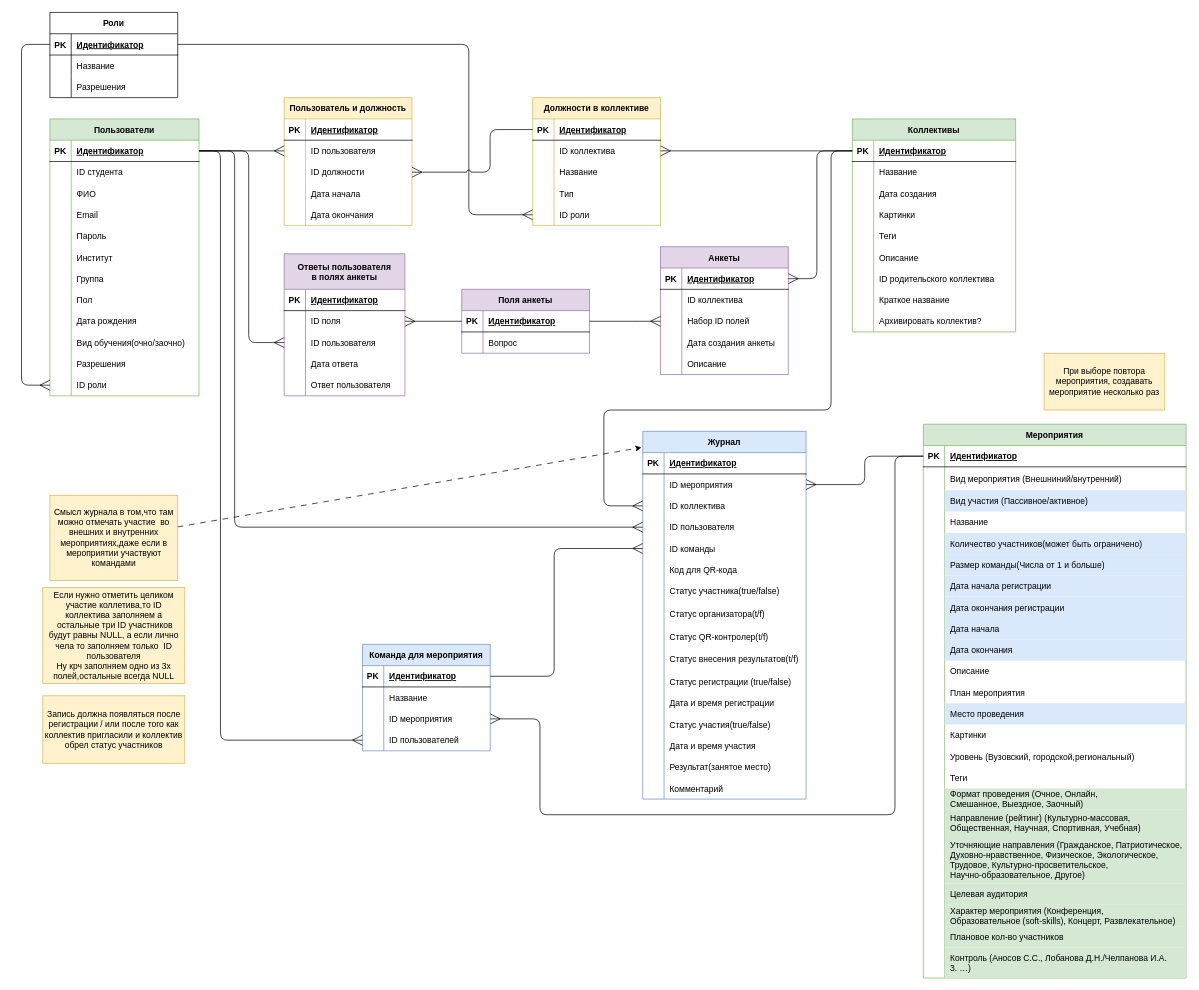
Before: page "Логическая" (1 of 2) of Схема БД.drawio in KomogortsevaYulia/Raiting-Teams-Events, a draw.io diagram. Source tidied: cells renumbered, new cells numbered last; positions are measured from the earlier drawing's top-left corner, leaving out a move shared by most shapes. Both pictures are drawn from the tidied source at 71%, with x=0, y=0 at pixel (21, 12).
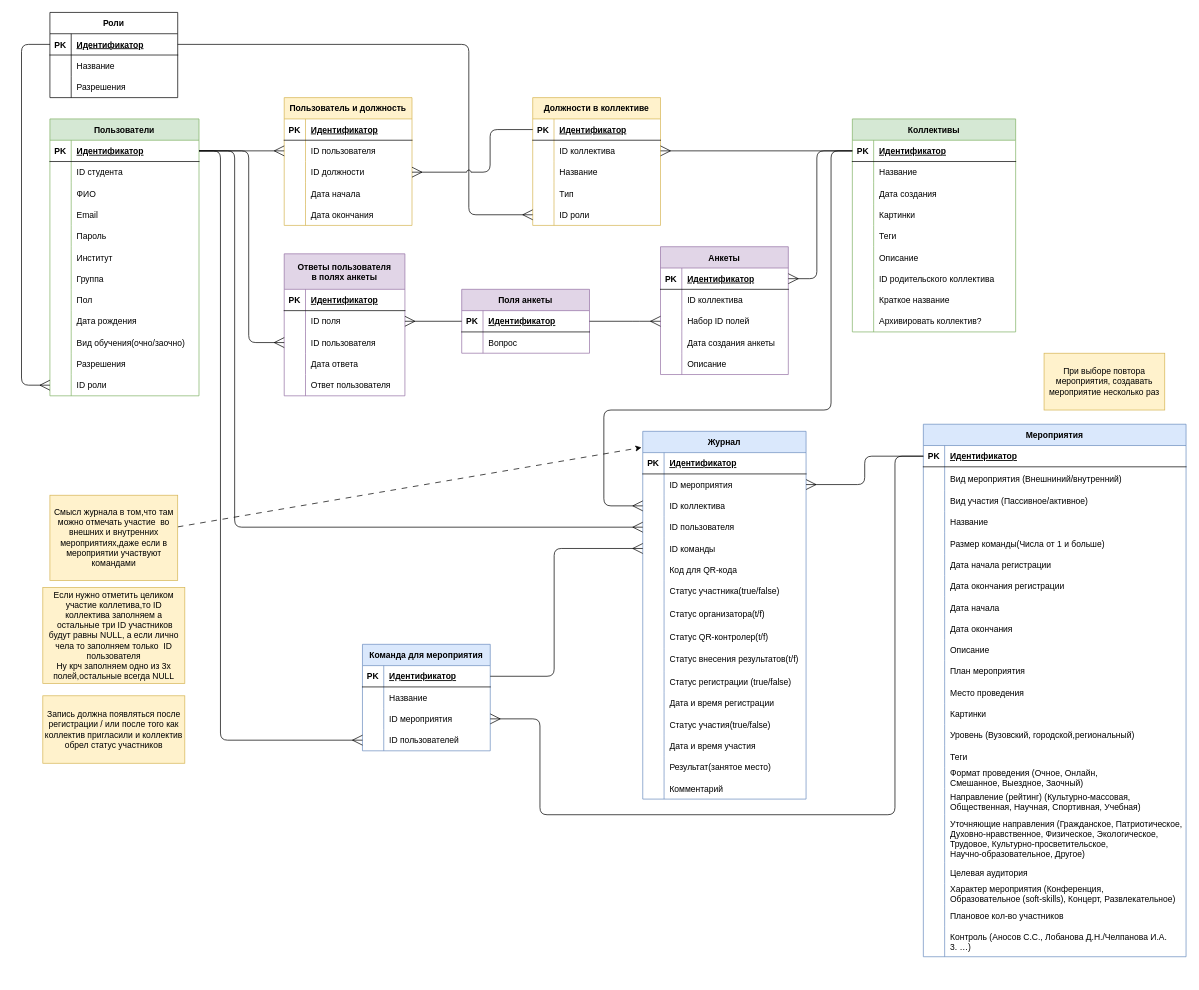
The same page after the edit.

Unchanged cells that the change refers to:
```xml
<mxCell id="46" style="shape=tableRow;horizontal=0;startSize=0;swimlaneHead=0;swimlaneBody=0;fillColor=none;top=0;left=0;right=0;bottom=0;" parent="39" vertex="1">
  <mxGeometry y="93" width="370" height="30" as="geometry" />
</mxCell>
<mxCell id="49" style="shape=tableRow;horizontal=0;startSize=0;swimlaneHead=0;swimlaneBody=0;fillColor=none;top=0;left=0;right=0;bottom=0;" parent="39" vertex="1">
  <mxGeometry y="123" width="370" height="30" as="geometry" />
</mxCell>
```

Diff of the diagram source:
```diff
@@
-    <mxCell id="39" value="Мероприятия" style="shape=table;startSize=30;childLayout=tableLayout;rowLines=0;fontStyle=1;align=center;fillColor=#d5e8d4;strokeColor=#82b366;" parent="1" vertex="1">
-      <mxGeometry x="1270" y="580" width="370" height="780" as="geometry" />
+    <mxCell id="39" value="Мероприятия" style="shape=table;startSize=30;childLayout=tableLayout;rowLines=0;fontStyle=1;align=center;fillColor=#dae8fc;strokeColor=#6c8ebf;" parent="1" vertex="1">
+      <mxGeometry x="1270" y="580" width="370" height="750" as="geometry" />
     </mxCell>
@@
-    <mxCell id="48" value="Вид участия (Пассивное/активное)" style="shape=partialRectangle;fillColor=#dae8fc;top=0;left=0;bottom=0;right=0;align=left;spacingLeft=6;overflow=hidden;strokeColor=#6c8ebf;" parent="46" vertex="1">
+    <mxCell id="48" value="Вид участия (Пассивное/активное)" style="shape=partialRectangle;top=0;left=0;bottom=0;right=0;align=left;spacingLeft=6;overflow=hidden;fillColor=none;" parent="46" vertex="1">
       <mxGeometry x="30" width="340" height="30" as="geometry" />
     </mxCell>
@@
-    <mxCell id="51" value="Название" style="shape=partialRectangle;fillColor=none;top=0;left=0;bottom=0;right=0;align=left;spacingLeft=6;overflow=hidden;" parent="49" vertex="1">
+    <mxCell id="51" value="Название" style="shape=partialRectangle;top=0;left=0;bottom=0;right=0;align=left;spacingLeft=6;overflow=hidden;fillColor=none;" parent="49" vertex="1">
       <mxGeometry x="30" width="340" height="30" as="geometry" />
     </mxCell>
-    <mxCell id="52" style="shape=tableRow;horizontal=0;startSize=0;swimlaneHead=0;swimlaneBody=0;fillColor=none;top=0;left=0;right=0;bottom=0;" parent="39" vertex="1">
-      <mxGeometry y="153" width="370" height="30" as="geometry" />
-    </mxCell>
-    <mxCell id="53" style="shape=partialRectangle;fillColor=none;top=0;left=0;bottom=0;right=0;overflow=hidden;" parent="52" vertex="1">
-      <mxGeometry width="30" height="30" as="geometry" />
-    </mxCell>
-    <mxCell id="54" value="Количество участников(может быть ограничено)" style="shape=partialRectangle;fillColor=#dae8fc;top=0;left=0;bottom=0;right=0;align=left;spacingLeft=6;overflow=hidden;strokeColor=#6c8ebf;" parent="52" vertex="1">
-      <mxGeometry x="30" width="340" height="30" as="geometry" />
-    </mxCell>
     <mxCell id="55" style="shape=tableRow;horizontal=0;startSize=0;swimlaneHead=0;swimlaneBody=0;fillColor=none;top=0;left=0;right=0;bottom=0;" parent="39" vertex="1">
-      <mxGeometry y="183" width="370" height="30" as="geometry" />
+      <mxGeometry y="153" width="370" height="30" as="geometry" />
     </mxCell>
@@
-    <mxCell id="57" value="Размер команды(Числа от 1 и больше)" style="shape=partialRectangle;fillColor=#dae8fc;top=0;left=0;bottom=0;right=0;align=left;spacingLeft=6;overflow=hidden;strokeColor=#6c8ebf;" parent="55" vertex="1">
+    <mxCell id="57" value="Размер команды(Числа от 1 и больше)" style="shape=partialRectangle;top=0;left=0;bottom=0;right=0;align=left;spacingLeft=6;overflow=hidden;fillColor=none;" parent="55" vertex="1">
       <mxGeometry x="30" width="340" height="30" as="geometry" />
     </mxCell>
     <mxCell id="58" style="shape=tableRow;horizontal=0;startSize=0;swimlaneHead=0;swimlaneBody=0;fillColor=none;top=0;left=0;right=0;bottom=0;" parent="39" vertex="1">
-      <mxGeometry y="213" width="370" height="30" as="geometry" />
+      <mxGeometry y="183" width="370" height="30" as="geometry" />
     </mxCell>
@@
-    <mxCell id="60" value="Дата начала регистрации" style="shape=partialRectangle;fillColor=#dae8fc;top=0;left=0;bottom=0;right=0;align=left;spacingLeft=6;overflow=hidden;strokeColor=#6c8ebf;" parent="58" vertex="1">
+    <mxCell id="60" value="Дата начала регистрации" style="shape=partialRectangle;top=0;left=0;bottom=0;right=0;align=left;spacingLeft=6;overflow=hidden;fillColor=none;" parent="58" vertex="1">
       <mxGeometry x="30" width="340" height="30" as="geometry" />
     </mxCell>
     <mxCell id="61" style="shape=tableRow;horizontal=0;startSize=0;swimlaneHead=0;swimlaneBody=0;fillColor=none;top=0;left=0;right=0;bottom=0;" parent="39" vertex="1">
-      <mxGeometry y="243" width="370" height="30" as="geometry" />
+      <mxGeometry y="213" width="370" height="30" as="geometry" />
     </mxCell>
@@
-    <mxCell id="63" value="Дата окончания регистрации" style="shape=partialRectangle;fillColor=#dae8fc;top=0;left=0;bottom=0;right=0;align=left;spacingLeft=6;overflow=hidden;strokeColor=#6c8ebf;" parent="61" vertex="1">
+    <mxCell id="63" value="Дата окончания регистрации" style="shape=partialRectangle;top=0;left=0;bottom=0;right=0;align=left;spacingLeft=6;overflow=hidden;fillColor=none;" parent="61" vertex="1">
       <mxGeometry x="30" width="340" height="30" as="geometry" />
     </mxCell>
     <mxCell id="64" style="shape=tableRow;horizontal=0;startSize=0;swimlaneHead=0;swimlaneBody=0;fillColor=none;top=0;left=0;right=0;bottom=0;" parent="39" vertex="1">
-      <mxGeometry y="273" width="370" height="30" as="geometry" />
+      <mxGeometry y="243" width="370" height="30" as="geometry" />
     </mxCell>
@@
-    <mxCell id="66" value="Дата начала" style="shape=partialRectangle;fillColor=#dae8fc;top=0;left=0;bottom=0;right=0;align=left;spacingLeft=6;overflow=hidden;strokeColor=#6c8ebf;" parent="64" vertex="1">
+    <mxCell id="66" value="Дата начала" style="shape=partialRectangle;top=0;left=0;bottom=0;right=0;align=left;spacingLeft=6;overflow=hidden;fillColor=none;" parent="64" vertex="1">
       <mxGeometry x="30" width="340" height="30" as="geometry" />
     </mxCell>
     <mxCell id="67" style="shape=tableRow;horizontal=0;startSize=0;swimlaneHead=0;swimlaneBody=0;fillColor=none;top=0;left=0;right=0;bottom=0;" parent="39" vertex="1">
-      <mxGeometry y="303" width="370" height="30" as="geometry" />
+      <mxGeometry y="273" width="370" height="30" as="geometry" />
     </mxCell>
@@
-    <mxCell id="69" value="Дата окончания" style="shape=partialRectangle;fillColor=#dae8fc;top=0;left=0;bottom=0;right=0;align=left;spacingLeft=6;overflow=hidden;strokeColor=#6c8ebf;" parent="67" vertex="1">
+    <mxCell id="69" value="Дата окончания" style="shape=partialRectangle;top=0;left=0;bottom=0;right=0;align=left;spacingLeft=6;overflow=hidden;fillColor=none;" parent="67" vertex="1">
       <mxGeometry x="30" width="340" height="30" as="geometry" />
     </mxCell>
     <mxCell id="70" style="shape=tableRow;horizontal=0;startSize=0;swimlaneHead=0;swimlaneBody=0;fillColor=none;top=0;left=0;right=0;bottom=0;" parent="39" vertex="1">
-      <mxGeometry y="333" width="370" height="30" as="geometry" />
+      <mxGeometry y="303" width="370" height="30" as="geometry" />
     </mxCell>
@@
-    <mxCell id="72" value="Описание" style="shape=partialRectangle;fillColor=none;top=0;left=0;bottom=0;right=0;align=left;spacingLeft=6;overflow=hidden;" parent="70" vertex="1">
+    <mxCell id="72" value="Описание" style="shape=partialRectangle;top=0;left=0;bottom=0;right=0;align=left;spacingLeft=6;overflow=hidden;fillColor=none;" parent="70" vertex="1">
       <mxGeometry x="30" width="340" height="30" as="geometry" />
     </mxCell>
     <mxCell id="73" style="shape=tableRow;horizontal=0;startSize=0;swimlaneHead=0;swimlaneBody=0;fillColor=none;top=0;left=0;right=0;bottom=0;" parent="39" vertex="1">
-      <mxGeometry y="363" width="370" height="30" as="geometry" />
+      <mxGeometry y="333" width="370" height="30" as="geometry" />
     </mxCell>
@@
-    <mxCell id="75" value="План мероприятия" style="shape=partialRectangle;fillColor=none;top=0;left=0;bottom=0;right=0;align=left;spacingLeft=6;overflow=hidden;" parent="73" vertex="1">
+    <mxCell id="75" value="План мероприятия" style="shape=partialRectangle;top=0;left=0;bottom=0;right=0;align=left;spacingLeft=6;overflow=hidden;fillColor=none;" parent="73" vertex="1">
       <mxGeometry x="30" width="340" height="30" as="geometry" />
     </mxCell>
     <mxCell id="76" style="shape=tableRow;horizontal=0;startSize=0;swimlaneHead=0;swimlaneBody=0;fillColor=none;top=0;left=0;right=0;bottom=0;" parent="39" vertex="1">
-      <mxGeometry y="393" width="370" height="30" as="geometry" />
+      <mxGeometry y="363" width="370" height="30" as="geometry" />
     </mxCell>
@@
-    <mxCell id="78" value="Место проведения" style="shape=partialRectangle;fillColor=#dae8fc;top=0;left=0;bottom=0;right=0;align=left;spacingLeft=6;overflow=hidden;strokeColor=#6c8ebf;" parent="76" vertex="1">
+    <mxCell id="78" value="Место проведения" style="shape=partialRectangle;top=0;left=0;bottom=0;right=0;align=left;spacingLeft=6;overflow=hidden;fillColor=none;" parent="76" vertex="1">
       <mxGeometry x="30" width="340" height="30" as="geometry" />
     </mxCell>
     <mxCell id="79" style="shape=tableRow;horizontal=0;startSize=0;swimlaneHead=0;swimlaneBody=0;fillColor=none;top=0;left=0;right=0;bottom=0;" parent="39" vertex="1">
-      <mxGeometry y="423" width="370" height="30" as="geometry" />
+      <mxGeometry y="393" width="370" height="30" as="geometry" />
     </mxCell>
@@
     <mxCell id="82" style="shape=tableRow;horizontal=0;startSize=0;swimlaneHead=0;swimlaneBody=0;fillColor=none;top=0;left=0;right=0;bottom=0;" parent="39" vertex="1">
-      <mxGeometry y="453" width="370" height="30" as="geometry" />
+      <mxGeometry y="423" width="370" height="30" as="geometry" />
     </mxCell>
@@
     <mxCell id="85" style="shape=tableRow;horizontal=0;startSize=0;swimlaneHead=0;swimlaneBody=0;fillColor=none;top=0;left=0;right=0;bottom=0;" parent="39" vertex="1">
-      <mxGeometry y="483" width="370" height="30" as="geometry" />
+      <mxGeometry y="453" width="370" height="30" as="geometry" />
     </mxCell>
@@
     <mxCell id="88" style="shape=tableRow;horizontal=0;startSize=0;swimlaneHead=0;swimlaneBody=0;fillColor=none;top=0;left=0;right=0;bottom=0;" parent="39" vertex="1">
-      <mxGeometry y="513" width="370" height="30" as="geometry" />
+      <mxGeometry y="483" width="370" height="30" as="geometry" />
     </mxCell>
@@
-    <mxCell id="90" value="Формат проведения (Очное, Онлайн, &#10;Смешанное, Выездное, Заочный)" style="shape=partialRectangle;fillColor=#d5e8d4;top=0;left=0;bottom=0;right=0;align=left;spacingLeft=6;overflow=hidden;strokeColor=#82b366;" parent="88" vertex="1">
+    <mxCell id="90" value="Формат проведения (Очное, Онлайн, &#10;Смешанное, Выездное, Заочный)" style="shape=partialRectangle;top=0;left=0;bottom=0;right=0;align=left;spacingLeft=6;overflow=hidden;fillColor=none;" parent="88" vertex="1">
       <mxGeometry x="30" width="340" height="30" as="geometry" />
     </mxCell>
     <mxCell id="91" style="shape=tableRow;horizontal=0;startSize=0;swimlaneHead=0;swimlaneBody=0;fillColor=none;top=0;left=0;right=0;bottom=0;" parent="39" vertex="1">
-      <mxGeometry y="543" width="370" height="37" as="geometry" />
+      <mxGeometry y="513" width="370" height="37" as="geometry" />
     </mxCell>
@@
-    <mxCell id="93" value="Направление (рейтинг) (Культурно-массовая,&#10;Общественная, Научная, Спортивная, Учебная)" style="shape=partialRectangle;fillColor=#d5e8d4;top=0;left=0;bottom=0;right=0;align=left;spacingLeft=6;overflow=hidden;strokeColor=#82b366;" parent="91" vertex="1">
+    <mxCell id="93" value="Направление (рейтинг) (Культурно-массовая,&#10;Общественная, Научная, Спортивная, Учебная)" style="shape=partialRectangle;top=0;left=0;bottom=0;right=0;align=left;spacingLeft=6;overflow=hidden;fillColor=none;" parent="91" vertex="1">
       <mxGeometry x="30" width="340" height="37" as="geometry" />
     </mxCell>
     <mxCell id="94" style="shape=tableRow;horizontal=0;startSize=0;swimlaneHead=0;swimlaneBody=0;fillColor=none;top=0;left=0;right=0;bottom=0;" parent="39" vertex="1">
-      <mxGeometry y="580" width="370" height="67" as="geometry" />
+      <mxGeometry y="550" width="370" height="67" as="geometry" />
     </mxCell>
@@
-    <mxCell id="96" value="Уточняющие направления (Гражданское, Патриотическое,&#10;Духовно-нравственное, Физическое, Экологическое,&#10;Трудовое, Культурно-просветительское, &#10;Научно-образовательное, Другое)" style="shape=partialRectangle;fillColor=#d5e8d4;top=0;left=0;bottom=0;right=0;align=left;spacingLeft=6;overflow=hidden;strokeColor=#82b366;" parent="94" vertex="1">
+    <mxCell id="96" value="Уточняющие направления (Гражданское, Патриотическое,&#10;Духовно-нравственное, Физическое, Экологическое,&#10;Трудовое, Культурно-просветительское, &#10;Научно-образовательное, Другое)" style="shape=partialRectangle;top=0;left=0;bottom=0;right=0;align=left;spacingLeft=6;overflow=hidden;fillColor=none;" parent="94" vertex="1">
       <mxGeometry x="30" width="340" height="67" as="geometry" />
     </mxCell>
     <mxCell id="97" style="shape=tableRow;horizontal=0;startSize=0;swimlaneHead=0;swimlaneBody=0;fillColor=none;top=0;left=0;right=0;bottom=0;" parent="39" vertex="1">
-      <mxGeometry y="647" width="370" height="30" as="geometry" />
+      <mxGeometry y="617" width="370" height="30" as="geometry" />
     </mxCell>
@@
-    <mxCell id="99" value="Целевая аудитория" style="shape=partialRectangle;fillColor=#d5e8d4;top=0;left=0;bottom=0;right=0;align=left;spacingLeft=6;overflow=hidden;strokeColor=#82b366;" parent="97" vertex="1">
+    <mxCell id="99" value="Целевая аудитория" style="shape=partialRectangle;top=0;left=0;bottom=0;right=0;align=left;spacingLeft=6;overflow=hidden;fillColor=none;" parent="97" vertex="1">
       <mxGeometry x="30" width="340" height="30" as="geometry" />
     </mxCell>
     <mxCell id="100" style="shape=tableRow;horizontal=0;startSize=0;swimlaneHead=0;swimlaneBody=0;fillColor=none;top=0;left=0;right=0;bottom=0;" parent="39" vertex="1">
-      <mxGeometry y="677" width="370" height="30" as="geometry" />
+      <mxGeometry y="647" width="370" height="30" as="geometry" />
     </mxCell>
@@
-    <mxCell id="102" value="Характер мероприятия (Конференция,&#10;Образовательное (soft-skills), Концерт, Развлекательное)" style="shape=partialRectangle;fillColor=#d5e8d4;top=0;left=0;bottom=0;right=0;align=left;spacingLeft=6;overflow=hidden;strokeColor=#82b366;" parent="100" vertex="1">
+    <mxCell id="102" value="Характер мероприятия (Конференция,&#10;Образовательное (soft-skills), Концерт, Развлекательное)" style="shape=partialRectangle;top=0;left=0;bottom=0;right=0;align=left;spacingLeft=6;overflow=hidden;fillColor=none;" parent="100" vertex="1">
       <mxGeometry x="30" width="340" height="30" as="geometry" />
     </mxCell>
     <mxCell id="103" style="shape=tableRow;horizontal=0;startSize=0;swimlaneHead=0;swimlaneBody=0;fillColor=none;top=0;left=0;right=0;bottom=0;" parent="39" vertex="1">
-      <mxGeometry y="707" width="370" height="30" as="geometry" />
+      <mxGeometry y="677" width="370" height="30" as="geometry" />
     </mxCell>
@@
-    <mxCell id="105" value="Плановое кол-во участников" style="shape=partialRectangle;fillColor=#d5e8d4;top=0;left=0;bottom=0;right=0;align=left;spacingLeft=6;overflow=hidden;strokeColor=#82b366;" parent="103" vertex="1">
+    <mxCell id="105" value="Плановое кол-во участников" style="shape=partialRectangle;top=0;left=0;bottom=0;right=0;align=left;spacingLeft=6;overflow=hidden;fillColor=none;" parent="103" vertex="1">
       <mxGeometry x="30" width="340" height="30" as="geometry" />
     </mxCell>
     <mxCell id="106" style="shape=tableRow;horizontal=0;startSize=0;swimlaneHead=0;swimlaneBody=0;fillColor=none;top=0;left=0;right=0;bottom=0;" parent="39" vertex="1">
-      <mxGeometry y="737" width="370" height="43" as="geometry" />
+      <mxGeometry y="707" width="370" height="43" as="geometry" />
     </mxCell>
@@
-    <mxCell id="108" value="Контроль (Аносов С.С., Лобанова Д.Н./Челпанова И.А.&#10;3. …)" style="shape=partialRectangle;fillColor=#d5e8d4;top=0;left=0;bottom=0;right=0;align=left;spacingLeft=6;overflow=hidden;strokeColor=#82b366;" parent="106" vertex="1">
+    <mxCell id="108" value="Контроль (Аносов С.С., Лобанова Д.Н./Челпанова И.А.&#10;3. …)" style="shape=partialRectangle;top=0;left=0;bottom=0;right=0;align=left;spacingLeft=6;overflow=hidden;fillColor=none;" parent="106" vertex="1">
       <mxGeometry x="30" width="340" height="43" as="geometry" />
     </mxCell>
```
